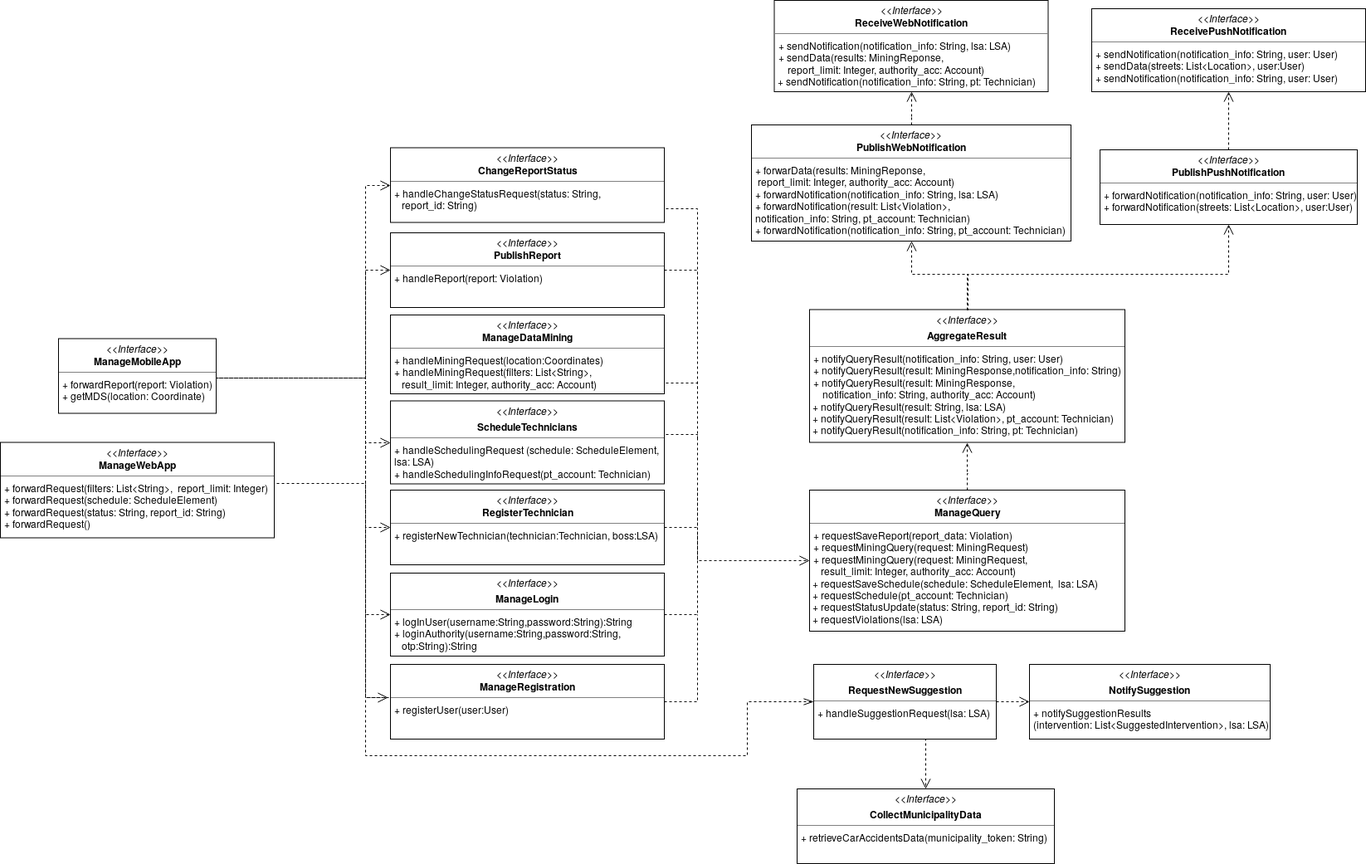
This is DD/Images/UML_diagrams/interface_diagram_safestreets.png from LukeKan/SW2_Project, a draw.io export, as it was before one commit. Source tidied: cells renumbered, new cells last; positions are measured from the earlier drawing's top-left corner, leaving out a move shared by most shapes.
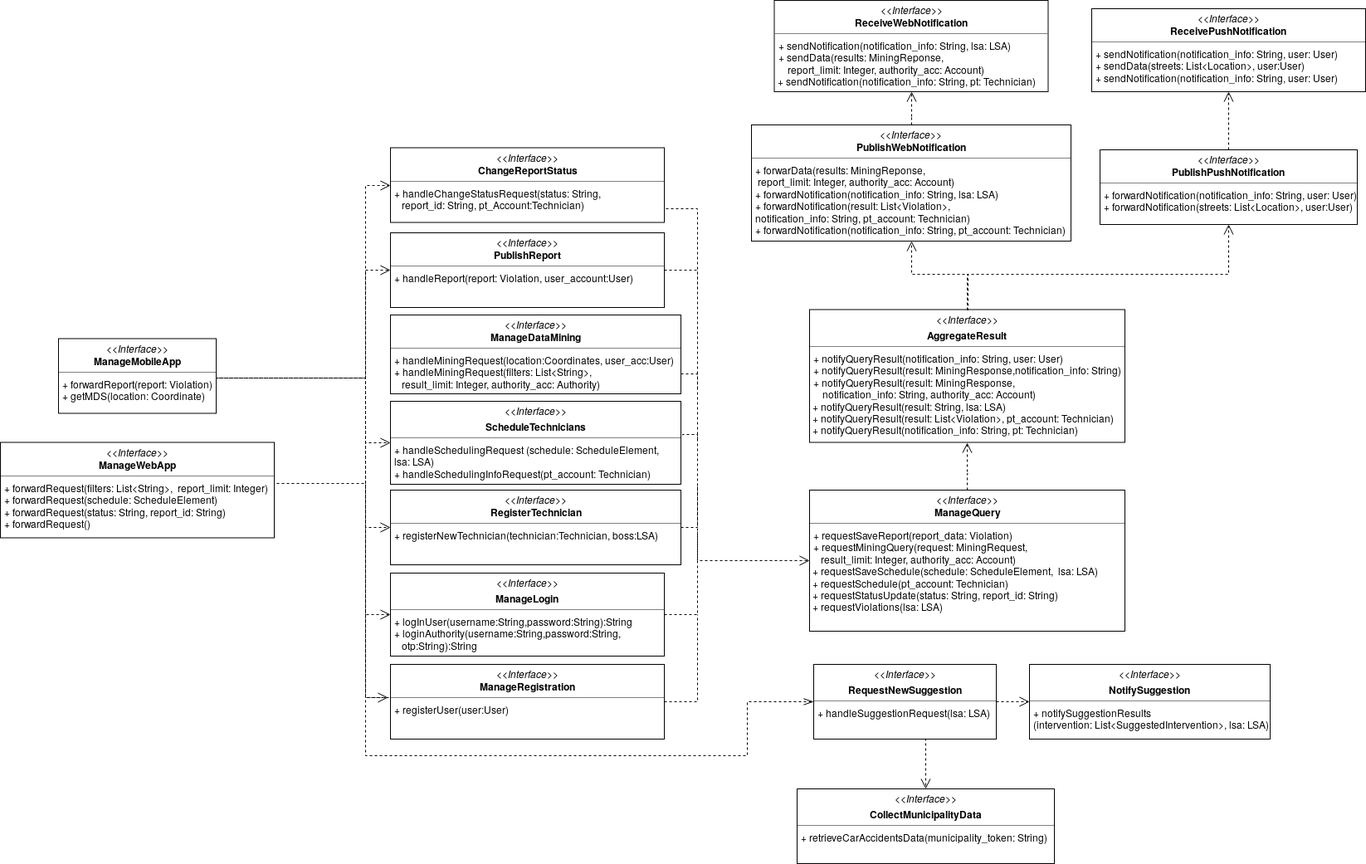
Later version of the same file.

The edit, as a diff of the source:
```diff
@@ -16,20 +16,20 @@
     <mxCell id="4" value="&lt;p style=&quot;margin: 0px ; margin-top: 4px ; text-align: center&quot;&gt;&lt;i&gt;&amp;lt;&amp;lt;Interface&amp;gt;&amp;gt;&lt;/i&gt;&lt;br&gt;&lt;b&gt;ManageWebApp&lt;/b&gt;&lt;/p&gt;&lt;hr size=&quot;1&quot;&gt;&lt;p style=&quot;margin: 0px ; margin-left: 4px&quot;&gt;+ forwardRequest(filters: List&amp;lt;String&amp;gt;,&amp;nbsp;&amp;nbsp;report_limit: Integer)&lt;br&gt;+ forwardRequest(schedule: ScheduleElement)&lt;/p&gt;&lt;p style=&quot;margin: 0px ; margin-left: 4px&quot;&gt;+ forwardRequest(status: String, report_id: String)&lt;/p&gt;&lt;p style=&quot;margin: 0px ; margin-left: 4px&quot;&gt;+ forwardRequest()&lt;/p&gt;" style="verticalAlign=top;align=left;overflow=fill;fontSize=12;fontFamily=Helvetica;html=1;rounded=0;shadow=0;comic=0;labelBackgroundColor=none;strokeWidth=1;" parent="1" vertex="1">
       <mxGeometry y="532.5" width="330" height="115" as="geometry" />
     </mxCell>
-    <mxCell id="5" value="&lt;p style=&quot;margin: 0px ; margin-top: 4px ; text-align: center&quot;&gt;&lt;i&gt;&amp;lt;&amp;lt;Interface&amp;gt;&amp;gt;&lt;/i&gt;&lt;br&gt;&lt;b&gt;PublishReport&lt;/b&gt;&lt;/p&gt;&lt;hr size=&quot;1&quot;&gt;&lt;p style=&quot;margin: 0px ; margin-left: 4px&quot;&gt;+ handleReport(report: Violation)&lt;br&gt;&lt;br&gt;&lt;/p&gt;" style="verticalAlign=top;align=left;overflow=fill;fontSize=12;fontFamily=Helvetica;html=1;rounded=0;shadow=0;comic=0;labelBackgroundColor=none;strokeWidth=1;" parent="1" vertex="1">
+    <mxCell id="5" value="&lt;p style=&quot;margin: 0px ; margin-top: 4px ; text-align: center&quot;&gt;&lt;i&gt;&amp;lt;&amp;lt;Interface&amp;gt;&amp;gt;&lt;/i&gt;&lt;br&gt;&lt;b&gt;PublishReport&lt;/b&gt;&lt;/p&gt;&lt;hr size=&quot;1&quot;&gt;&lt;p style=&quot;margin: 0px ; margin-left: 4px&quot;&gt;+ handleReport(report: Violation, user_account:User)&lt;br&gt;&lt;br&gt;&lt;/p&gt;" style="verticalAlign=top;align=left;overflow=fill;fontSize=12;fontFamily=Helvetica;html=1;rounded=0;shadow=0;comic=0;labelBackgroundColor=none;strokeWidth=1;" parent="1" vertex="1">
       <mxGeometry x="470" y="280" width="330" height="90" as="geometry" />
     </mxCell>
-    <mxCell id="6" value="&lt;p style=&quot;margin: 0px ; margin-top: 4px ; text-align: center&quot;&gt;&lt;i&gt;&amp;lt;&amp;lt;Interface&amp;gt;&amp;gt;&lt;/i&gt;&lt;br&gt;&lt;b&gt;ChangeReportStatus&lt;/b&gt;&lt;/p&gt;&lt;hr size=&quot;1&quot;&gt;&lt;p style=&quot;margin: 0px ; margin-left: 4px&quot;&gt;+ handleChangeStatusRequest(status: String, &lt;br&gt;&lt;/p&gt;&lt;p style=&quot;margin: 0px ; margin-left: 4px&quot;&gt;&amp;nbsp;&amp;nbsp; report_id: String)&lt;/p&gt;" style="verticalAlign=top;align=left;overflow=fill;fontSize=12;fontFamily=Helvetica;html=1;rounded=0;shadow=0;comic=0;labelBackgroundColor=none;strokeWidth=1;" parent="1" vertex="1">
+    <mxCell id="6" value="&lt;p style=&quot;margin: 0px ; margin-top: 4px ; text-align: center&quot;&gt;&lt;i&gt;&amp;lt;&amp;lt;Interface&amp;gt;&amp;gt;&lt;/i&gt;&lt;br&gt;&lt;b&gt;ChangeReportStatus&lt;/b&gt;&lt;/p&gt;&lt;hr size=&quot;1&quot;&gt;&lt;p style=&quot;margin: 0px ; margin-left: 4px&quot;&gt;+ handleChangeStatusRequest(status: String, &lt;br&gt;&lt;/p&gt;&lt;p style=&quot;margin: 0px ; margin-left: 4px&quot;&gt;&amp;nbsp;&amp;nbsp; report_id: String, pt_Account:Technician)&lt;/p&gt;" style="verticalAlign=top;align=left;overflow=fill;fontSize=12;fontFamily=Helvetica;html=1;rounded=0;shadow=0;comic=0;labelBackgroundColor=none;strokeWidth=1;" parent="1" vertex="1">
       <mxGeometry x="470" y="177.5" width="330" height="90" as="geometry" />
     </mxCell>
-    <mxCell id="7" value="&lt;p style=&quot;margin: 0px ; margin-top: 4px ; text-align: center&quot;&gt;&lt;i&gt;&amp;lt;&amp;lt;Interface&amp;gt;&amp;gt;&lt;/i&gt;&lt;br&gt;&lt;b&gt;ManageDataMining&lt;/b&gt;&lt;/p&gt;&lt;hr size=&quot;1&quot;&gt;&lt;p style=&quot;margin: 0px ; margin-left: 4px&quot;&gt;+ handleMiningRequest(location:Coordinates)&lt;br&gt;+ handleMiningRequest(filters: List&amp;lt;String&amp;gt;,&lt;br&gt;&amp;nbsp;&amp;nbsp; result_limit: Integer, authority_acc: Account)&lt;/p&gt;&lt;p style=&quot;margin: 0px ; margin-left: 4px&quot;&gt;&lt;br&gt;&lt;/p&gt;" style="verticalAlign=top;align=left;overflow=fill;fontSize=12;fontFamily=Helvetica;html=1;rounded=0;shadow=0;comic=0;labelBackgroundColor=none;strokeWidth=1;" parent="1" vertex="1">
-      <mxGeometry x="470" y="379" width="330" height="95" as="geometry" />
+    <mxCell id="7" value="&lt;p style=&quot;margin: 0px ; margin-top: 4px ; text-align: center&quot;&gt;&lt;i&gt;&amp;lt;&amp;lt;Interface&amp;gt;&amp;gt;&lt;/i&gt;&lt;br&gt;&lt;b&gt;ManageDataMining&lt;/b&gt;&lt;/p&gt;&lt;hr size=&quot;1&quot;&gt;&lt;p style=&quot;margin: 0px ; margin-left: 4px&quot;&gt;+ handleMiningRequest(location:Coordinates, user_acc:User)&lt;br&gt;+ handleMiningRequest(filters: List&amp;lt;String&amp;gt;,&lt;br&gt;&amp;nbsp;&amp;nbsp; result_limit: Integer, authority_acc: Authority)&lt;/p&gt;&lt;p style=&quot;margin: 0px ; margin-left: 4px&quot;&gt;&lt;br&gt;&lt;/p&gt;" style="verticalAlign=top;align=left;overflow=fill;fontSize=12;fontFamily=Helvetica;html=1;rounded=0;shadow=0;comic=0;labelBackgroundColor=none;strokeWidth=1;" parent="1" vertex="1">
+      <mxGeometry x="470" y="379" width="350" height="95" as="geometry" />
     </mxCell>
     <mxCell id="8" value="&lt;p style=&quot;margin: 0px ; margin-top: 4px ; text-align: center&quot;&gt;&lt;i&gt;&amp;lt;&amp;lt;Interface&amp;gt;&amp;gt;&lt;/i&gt;&lt;/p&gt;&lt;p style=&quot;margin: 0px ; margin-top: 4px ; text-align: center&quot;&gt;&lt;b&gt;ScheduleTechnicians&lt;/b&gt;&lt;br&gt;&lt;/p&gt;&lt;hr size=&quot;1&quot;&gt;&lt;p style=&quot;margin: 0px ; margin-left: 4px&quot;&gt;+ handleSchedulingRequest (schedule: ScheduleElement, &lt;br&gt;&lt;/p&gt;&lt;p style=&quot;margin: 0px ; margin-left: 4px&quot;&gt;lsa: LSA)&lt;/p&gt;&lt;p style=&quot;margin: 0px ; margin-left: 4px&quot;&gt;+ handleSchedulingInfoRequest(pt_account: Technician)&lt;/p&gt;" style="verticalAlign=top;align=left;overflow=fill;fontSize=12;fontFamily=Helvetica;html=1;rounded=0;shadow=0;comic=0;labelBackgroundColor=none;strokeWidth=1;" parent="1" vertex="1">
-      <mxGeometry x="470" y="482.5" width="330" height="100" as="geometry" />
+      <mxGeometry x="470" y="483" width="350" height="100" as="geometry" />
     </mxCell>
     <mxCell id="9" value="&lt;p style=&quot;margin: 0px ; margin-top: 4px ; text-align: center&quot;&gt;&lt;i&gt;&amp;lt;&amp;lt;Interface&amp;gt;&amp;gt;&lt;/i&gt;&lt;br&gt;&lt;b&gt;RegisterTechnician&lt;/b&gt;&lt;/p&gt;&lt;hr size=&quot;1&quot;&gt;&lt;p style=&quot;margin: 0px ; margin-left: 4px&quot;&gt;+ registerNewTechnician(technician:Technician, boss:LSA)&lt;br&gt;&lt;/p&gt;" style="verticalAlign=top;align=left;overflow=fill;fontSize=12;fontFamily=Helvetica;html=1;rounded=0;shadow=0;comic=0;labelBackgroundColor=none;strokeWidth=1;" parent="1" vertex="1">
-      <mxGeometry x="470" y="590" width="330" height="90" as="geometry" />
+      <mxGeometry x="470" y="590" width="350" height="90" as="geometry" />
     </mxCell>
     <mxCell id="10" value="&lt;p style=&quot;margin: 0px ; margin-top: 4px ; text-align: center&quot;&gt;&lt;i&gt;&amp;lt;&amp;lt;Interface&amp;gt;&amp;gt;&lt;/i&gt;&lt;br&gt;&lt;b&gt;ReceivePushNotification&lt;/b&gt;&lt;br&gt;&lt;/p&gt;&lt;hr size=&quot;1&quot;&gt;&lt;p style=&quot;margin: 0px ; margin-left: 4px&quot;&gt;+ sendNotification(notification_info: String, user: User)&lt;br&gt;+ sendData(streets: List&amp;lt;Location&amp;gt;, user:User)&lt;/p&gt;&lt;p style=&quot;margin: 0px ; margin-left: 4px&quot;&gt;+ sendNotification(notification_info: String, user: User)&lt;/p&gt;" style="verticalAlign=top;align=left;overflow=fill;fontSize=12;fontFamily=Helvetica;html=1;rounded=0;shadow=0;comic=0;labelBackgroundColor=none;strokeWidth=1;" parent="1" vertex="1">
       <mxGeometry x="1315" y="10" width="330" height="100" as="geometry" />
@@ -46,7 +46,7 @@
     <mxCell id="14" value="&lt;p style=&quot;margin: 0px ; margin-top: 4px ; text-align: center&quot;&gt;&lt;i&gt;&amp;lt;&amp;lt;Interface&amp;gt;&amp;gt;&lt;/i&gt;&lt;/p&gt;&lt;p style=&quot;margin: 0px ; margin-top: 4px ; text-align: center&quot;&gt;&lt;b&gt;AggregateResult&lt;/b&gt;&lt;br&gt;&lt;/p&gt;&lt;hr size=&quot;1&quot;&gt;&lt;p style=&quot;margin: 0px ; margin-left: 4px&quot;&gt;+ notifyQueryResult(notification_info: String, user: User)&lt;/p&gt;&lt;p style=&quot;margin: 0px ; margin-left: 4px&quot;&gt;+ notifyQueryResult(result: MiningResponse,notification_info: String)&lt;br&gt;+ notifyQueryResult(result: MiningResponse,&lt;br&gt;&lt;/p&gt;&lt;div&gt;&amp;nbsp;&amp;nbsp;&amp;nbsp;&amp;nbsp; notification_info: String, authority_acc: Account)&lt;/div&gt;&lt;div&gt;&amp;nbsp;+ notifyQueryResult(result: String, lsa: LSA)&lt;/div&gt;&lt;div&gt;&amp;nbsp;+ notifyQueryResult(result: List&amp;lt;Violation&amp;gt;, pt_account: Technician)&lt;/div&gt;&lt;div&gt;&amp;nbsp;+ notifyQueryResult(notification_info: String, pt: Technician)&lt;/div&gt;" style="verticalAlign=top;align=left;overflow=fill;fontSize=12;fontFamily=Helvetica;html=1;rounded=0;shadow=0;comic=0;labelBackgroundColor=none;strokeWidth=1;" parent="1" vertex="1">
       <mxGeometry x="975" y="372.5" width="380" height="160" as="geometry" />
     </mxCell>
-    <mxCell id="15" value="&lt;p style=&quot;margin: 0px ; margin-top: 4px ; text-align: center&quot;&gt;&lt;i&gt;&amp;lt;&amp;lt;Interface&amp;gt;&amp;gt;&lt;/i&gt;&lt;br&gt;&lt;b&gt;ManageQuery&lt;/b&gt;&lt;/p&gt;&lt;hr size=&quot;1&quot;&gt;&lt;p style=&quot;margin: 0px ; margin-left: 4px&quot;&gt;+ requestSaveReport(report_data: Violation)&lt;br&gt;+ requestMiningQuery(request: MiningRequest)&lt;/p&gt;&lt;p style=&quot;margin: 0px ; margin-left: 4px&quot;&gt;+ requestMiningQuery(request: MiningRequest, &lt;br&gt;&lt;/p&gt;&lt;p style=&quot;margin: 0px ; margin-left: 4px&quot;&gt;&amp;nbsp;&amp;nbsp; result_limit: Integer, authority_acc: Account)&lt;/p&gt;&lt;div&gt;&amp;nbsp;+ requestSaveSchedule(schedule: ScheduleElement,&amp;nbsp;&amp;nbsp;lsa: LSA)&lt;/div&gt;&lt;div&gt;&amp;nbsp;+ requestSchedule(pt_account: Technician)&lt;/div&gt;&lt;div&gt;&amp;nbsp;+ requestStatusUpdate(status: String, report_id: String)&lt;/div&gt;&lt;div&gt;&amp;nbsp;+ requestViolations(lsa: LSA)&lt;/div&gt;" style="verticalAlign=top;align=left;overflow=fill;fontSize=12;fontFamily=Helvetica;html=1;rounded=0;shadow=0;comic=0;labelBackgroundColor=none;strokeWidth=1;" parent="1" vertex="1">
+    <mxCell id="15" value="&lt;p style=&quot;margin: 0px ; margin-top: 4px ; text-align: center&quot;&gt;&lt;i&gt;&amp;lt;&amp;lt;Interface&amp;gt;&amp;gt;&lt;/i&gt;&lt;br&gt;&lt;b&gt;ManageQuery&lt;/b&gt;&lt;/p&gt;&lt;hr size=&quot;1&quot;&gt;&lt;p style=&quot;margin: 0px ; margin-left: 4px&quot;&gt;+ requestSaveReport(report_data: Violation)&lt;/p&gt;&lt;p style=&quot;margin: 0px ; margin-left: 4px&quot;&gt;+ requestMiningQuery(request: MiningRequest, &lt;br&gt;&lt;/p&gt;&lt;p style=&quot;margin: 0px ; margin-left: 4px&quot;&gt;&amp;nbsp;&amp;nbsp; result_limit: Integer, authority_acc: Account)&lt;/p&gt;&lt;div&gt;&amp;nbsp;+ requestSaveSchedule(schedule: ScheduleElement,&amp;nbsp;&amp;nbsp;lsa: LSA)&lt;/div&gt;&lt;div&gt;&amp;nbsp;+ requestSchedule(pt_account: Technician)&lt;/div&gt;&lt;div&gt;&amp;nbsp;+ requestStatusUpdate(status: String, report_id: String)&lt;/div&gt;&lt;div&gt;&amp;nbsp;+ requestViolations(lsa: LSA)&lt;/div&gt;" style="verticalAlign=top;align=left;overflow=fill;fontSize=12;fontFamily=Helvetica;html=1;rounded=0;shadow=0;comic=0;labelBackgroundColor=none;strokeWidth=1;" parent="1" vertex="1">
       <mxGeometry x="975" y="590" width="380" height="170" as="geometry" />
     </mxCell>
     <mxCell id="16" value="&lt;p style=&quot;margin: 0px ; margin-top: 4px ; text-align: center&quot;&gt;&lt;i&gt;&amp;lt;&amp;lt;Interface&amp;gt;&amp;gt;&lt;/i&gt;&lt;/p&gt;&lt;p style=&quot;margin: 0px ; margin-top: 4px ; text-align: center&quot;&gt;&lt;b&gt;RequestNewSuggestion&lt;/b&gt;&lt;br&gt;&lt;/p&gt;&lt;hr size=&quot;1&quot;&gt;&lt;p style=&quot;margin: 0px ; margin-left: 4px&quot;&gt;+ handleSuggestionRequest(lsa: LSA)&lt;/p&gt;" style="verticalAlign=top;align=left;overflow=fill;fontSize=12;fontFamily=Helvetica;html=1;rounded=0;shadow=0;comic=0;labelBackgroundColor=none;strokeWidth=1;" parent="1" vertex="1">
@@ -150,9 +150,9 @@
         </Array>
       </mxGeometry>
     </mxCell>
-    <mxCell id="31" style="edgeStyle=orthogonalEdgeStyle;rounded=0;html=1;dashed=1;labelBackgroundColor=none;startFill=0;endArrow=none;endFill=0;endSize=10;fontFamily=Verdana;fontSize=10;exitX=1;exitY=0.5;exitDx=0;exitDy=0;" parent="1" edge="1">
+    <mxCell id="31" style="edgeStyle=orthogonalEdgeStyle;rounded=0;html=1;dashed=1;labelBackgroundColor=none;startFill=0;endArrow=none;endFill=0;endSize=10;fontFamily=Verdana;fontSize=10;" parent="1" edge="1">
       <mxGeometry relative="1" as="geometry">
-        <mxPoint x="800" y="635" as="sourcePoint" />
+        <mxPoint x="820" y="635" as="sourcePoint" />
         <mxPoint x="840" y="585" as="targetPoint" />
         <Array as="points">
           <mxPoint x="840" y="635" />
@@ -177,12 +177,11 @@
         </Array>
       </mxGeometry>
     </mxCell>
-    <mxCell id="34" style="edgeStyle=orthogonalEdgeStyle;rounded=0;html=1;dashed=1;labelBackgroundColor=none;startFill=0;endArrow=none;endFill=0;endSize=10;fontFamily=Verdana;fontSize=10;exitX=1;exitY=0.5;exitDx=0;exitDy=0;" parent="1" edge="1" source="7">
+    <mxCell id="34" style="edgeStyle=orthogonalEdgeStyle;rounded=0;html=1;dashed=1;labelBackgroundColor=none;startFill=0;endArrow=none;endFill=0;endSize=10;fontFamily=Verdana;fontSize=10;" parent="1" edge="1" source="7">
       <mxGeometry relative="1" as="geometry">
         <mxPoint x="840" y="530" as="targetPoint" />
         <Array as="points">
-          <mxPoint x="800" y="461" />
-          <mxPoint x="840" y="461" />
+          <mxPoint x="840" y="450" />
         </Array>
       </mxGeometry>
     </mxCell>
```
